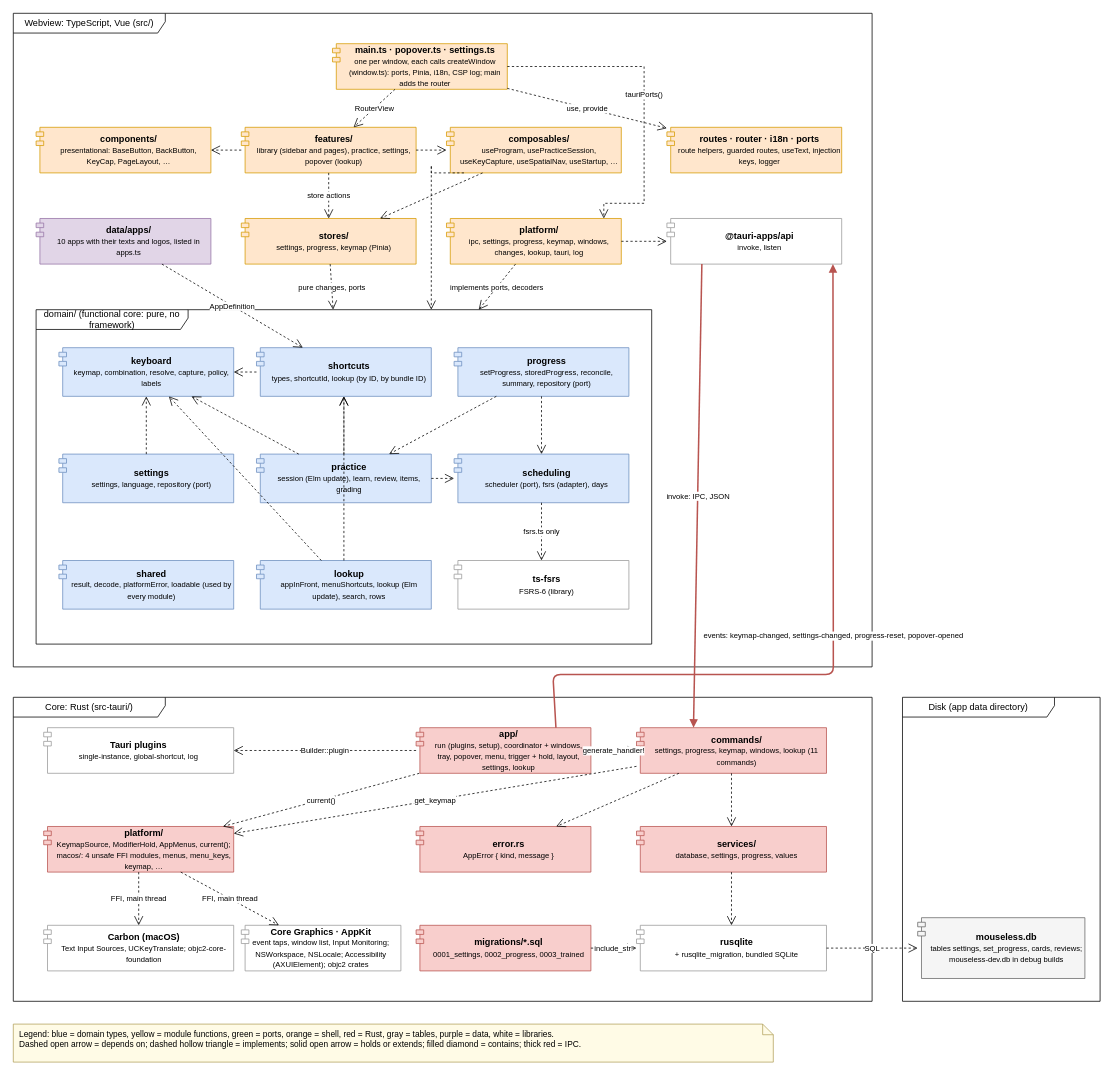
This is page "Components" (1 of 17) of docs/uml.drawio from r0binius/mathe2-trainer, a draw.io file, before an edit. Source tidied: cells renumbered, new cells numbered last; positions are measured from the earlier drawing's top-left corner, leaving out a move shared by most shapes. Both pictures are drawn from the tidied source at 76%, with x=0, y=0 at pixel (13, 13).
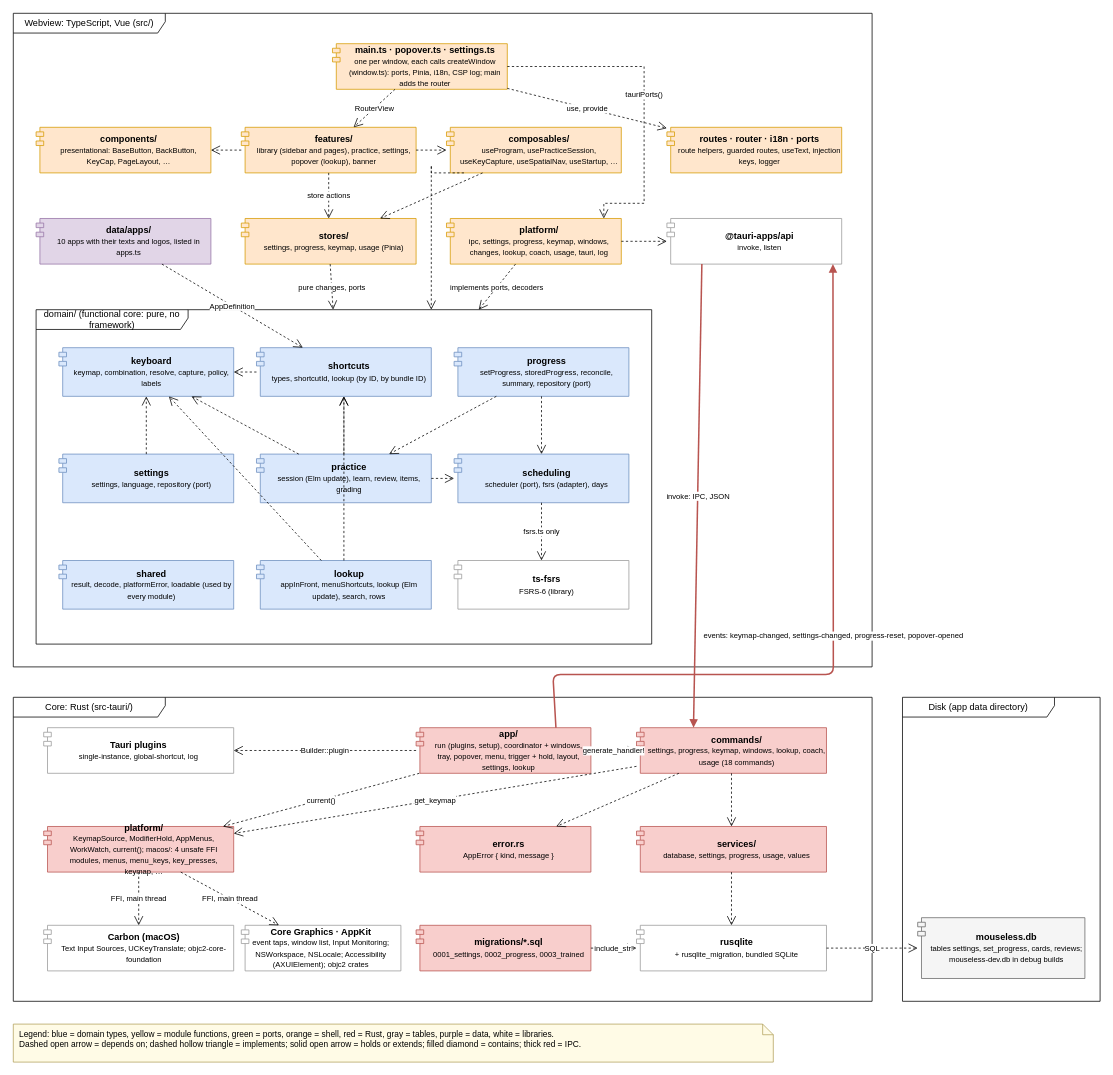
The same page after the edit.

Unchanged cells that the change refers to:
```xml
<mxCell id="2" value="Webview: TypeScript, Vue (src/)" style="shape=umlFrame;whiteSpace=wrap;html=1;width=200;height=26;fillColor=none;" parent="1" vertex="1">
  <mxGeometry width="1130" height="860" as="geometry" />
</mxCell>
<mxCell id="3" value="Core: Rust (src-tauri/)" style="shape=umlFrame;whiteSpace=wrap;html=1;width=200;height=26;fillColor=none;" parent="1" vertex="1">
  <mxGeometry y="900" width="1130" height="400" as="geometry" />
</mxCell>
```

Change to the diagram source:
```diff
@@
-    <mxCell id="7" value="&lt;b&gt;stores/&lt;/b&gt;&lt;br&gt;&lt;font style=&quot;font-size:10px&quot;&gt;settings, progress, keymap (Pinia)&lt;/font&gt;" style="rounded=0;whiteSpace=wrap;html=1;fillColor=#ffe6cc;strokeColor=#d79b00;shape=module;jettyWidth=10;jettyHeight=6;align=center;spacingLeft=14;" parent="2" vertex="1">
+    <mxCell id="7" value="&lt;b&gt;stores/&lt;/b&gt;&lt;br&gt;&lt;font style=&quot;font-size:10px&quot;&gt;settings, progress, keymap, usage (Pinia)&lt;/font&gt;" style="rounded=0;whiteSpace=wrap;html=1;fillColor=#ffe6cc;strokeColor=#d79b00;shape=module;jettyWidth=10;jettyHeight=6;align=center;spacingLeft=14;" parent="2" vertex="1">
       <mxGeometry x="300" y="270" width="230" height="60" as="geometry" />
     </mxCell>
-    <mxCell id="8" value="&lt;b&gt;platform/&lt;/b&gt;&lt;br&gt;&lt;font style=&quot;font-size:10px&quot;&gt;ipc, settings, progress, keymap, windows, changes, lookup, tauri, log&lt;/font&gt;" style="rounded=0;whiteSpace=wrap;html=1;fillColor=#ffe6cc;strokeColor=#d79b00;shape=module;jettyWidth=10;jettyHeight=6;align=center;spacingLeft=14;" parent="2" vertex="1">
+    <mxCell id="8" value="&lt;b&gt;platform/&lt;/b&gt;&lt;br&gt;&lt;font style=&quot;font-size:10px&quot;&gt;ipc, settings, progress, keymap, windows, changes, lookup, coach, usage, tauri, log&lt;/font&gt;" style="rounded=0;whiteSpace=wrap;html=1;fillColor=#ffe6cc;strokeColor=#d79b00;shape=module;jettyWidth=10;jettyHeight=6;align=center;spacingLeft=14;" parent="2" vertex="1">
       <mxGeometry x="570" y="270" width="230" height="60" as="geometry" />
     </mxCell>
@@
-    <mxCell id="20" value="&lt;b&gt;commands/&lt;/b&gt;&lt;br&gt;&lt;font style=&quot;font-size:10px&quot;&gt;settings, progress, keymap, windows, lookup (11 commands)&lt;/font&gt;" style="rounded=0;whiteSpace=wrap;html=1;fillColor=#f8cecc;strokeColor=#b85450;shape=module;jettyWidth=10;jettyHeight=6;align=center;spacingLeft=14;" parent="3" vertex="1">
+    <mxCell id="20" value="&lt;b&gt;commands/&lt;/b&gt;&lt;br&gt;&lt;font style=&quot;font-size:10px&quot;&gt;settings, progress, keymap, windows, lookup, coach, usage (18 commands)&lt;/font&gt;" style="rounded=0;whiteSpace=wrap;html=1;fillColor=#f8cecc;strokeColor=#b85450;shape=module;jettyWidth=10;jettyHeight=6;align=center;spacingLeft=14;" parent="3" vertex="1">
       <mxGeometry x="820" y="40" width="250" height="60" as="geometry" />
     </mxCell>
@@
-    <mxCell id="23" value="&lt;b&gt;services/&lt;/b&gt;&lt;br&gt;&lt;font style=&quot;font-size:10px&quot;&gt;database, settings, progress, values&lt;/font&gt;" style="rounded=0;whiteSpace=wrap;html=1;fillColor=#f8cecc;strokeColor=#b85450;shape=module;jettyWidth=10;jettyHeight=6;align=center;spacingLeft=14;" parent="3" vertex="1">
+    <mxCell id="23" value="&lt;b&gt;services/&lt;/b&gt;&lt;br&gt;&lt;font style=&quot;font-size:10px&quot;&gt;database, settings, progress, usage, values&lt;/font&gt;" style="rounded=0;whiteSpace=wrap;html=1;fillColor=#f8cecc;strokeColor=#b85450;shape=module;jettyWidth=10;jettyHeight=6;align=center;spacingLeft=14;" parent="3" vertex="1">
       <mxGeometry x="820" y="170" width="250" height="60" as="geometry" />
     </mxCell>
@@
-    <mxCell id="50" value="&lt;b&gt;features/&lt;/b&gt;&lt;br&gt;&lt;font style=&quot;font-size:10px&quot;&gt;library (sidebar and pages), practice, settings, popover (lookup)&lt;/font&gt;" style="rounded=0;whiteSpace=wrap;html=1;fillColor=#ffe6cc;strokeColor=#d79b00;shape=module;jettyWidth=10;jettyHeight=6;align=center;spacingLeft=14;" parent="2" vertex="1">
+    <mxCell id="50" value="&lt;b&gt;features/&lt;/b&gt;&lt;br&gt;&lt;font style=&quot;font-size:10px&quot;&gt;library (sidebar and pages), practice, settings, popover (lookup), banner&lt;/font&gt;" style="rounded=0;whiteSpace=wrap;html=1;fillColor=#ffe6cc;strokeColor=#d79b00;shape=module;jettyWidth=10;jettyHeight=6;align=center;spacingLeft=14;" parent="2" vertex="1">
       <mxGeometry x="300" y="150" width="230" height="60" as="geometry" />
     </mxCell>
@@
-    <mxCell id="61" value="&lt;b&gt;platform/&lt;/b&gt;&lt;br&gt;&lt;font style=&quot;font-size:10px&quot;&gt;KeymapSource, ModifierHold, AppMenus, current(); macos/: 4 unsafe FFI modules, menus, menu_keys, keymap, …&lt;/font&gt;" style="rounded=0;whiteSpace=wrap;html=1;fillColor=#f8cecc;strokeColor=#b85450;shape=module;jettyWidth=10;jettyHeight=6;align=center;spacingLeft=14;" parent="3" vertex="1">
+    <mxCell id="61" value="&lt;b&gt;platform/&lt;/b&gt;&lt;br&gt;&lt;font style=&quot;font-size:10px&quot;&gt;KeymapSource, ModifierHold, AppMenus, WorkWatch, current(); macos/: 4 unsafe FFI modules, menus, menu_keys, key_presses, keymap, …&lt;/font&gt;" style="rounded=0;whiteSpace=wrap;html=1;fillColor=#f8cecc;strokeColor=#b85450;shape=module;jettyWidth=10;jettyHeight=6;align=center;spacingLeft=14;" parent="3" vertex="1">
       <mxGeometry x="40" y="170" width="250" height="60" as="geometry" />
     </mxCell>
```
